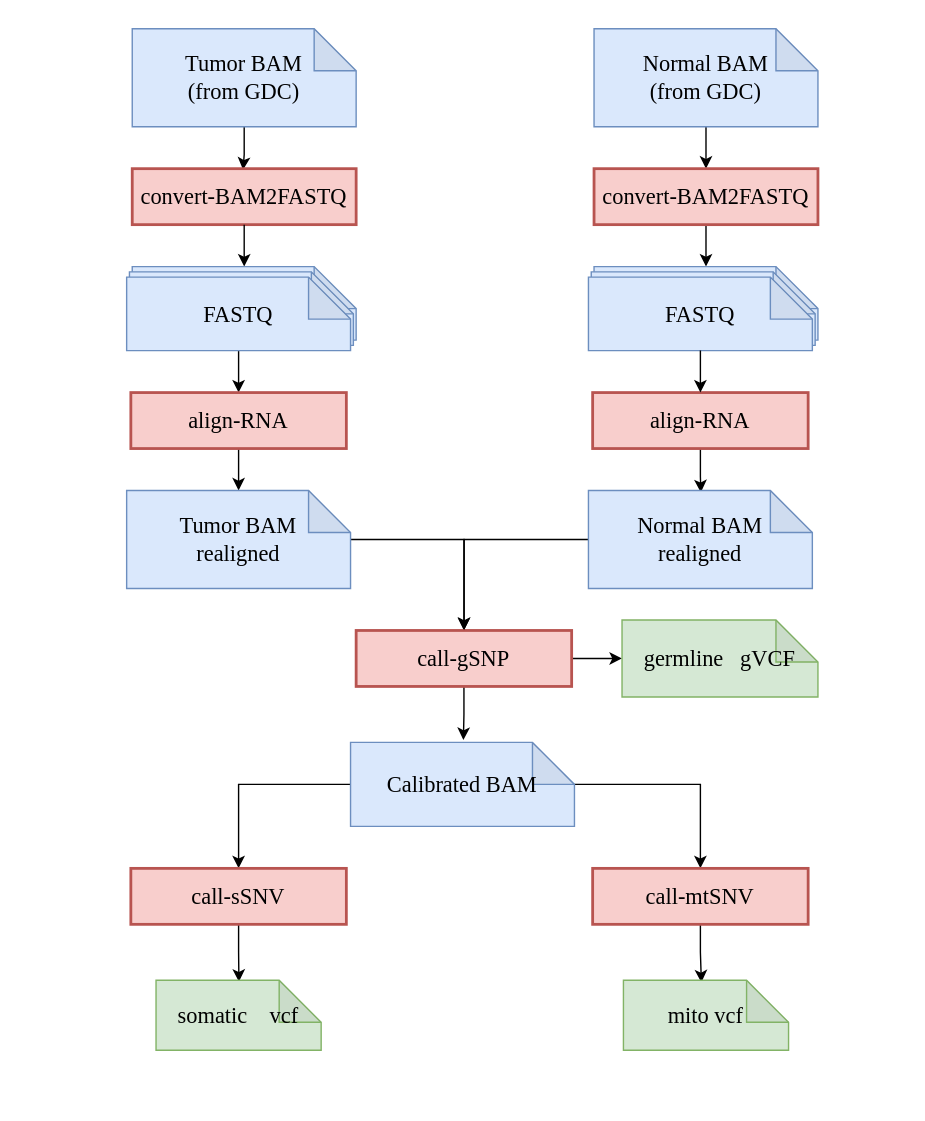
This is img/diagram.drawio.svg from uclahs-cds/metapipeline-DNA, a draw.io export, as it was before one commit. Source tidied: cells renumbered, new cells last; positions are measured from the earlier drawing's top-left corner, leaving out a move shared by most shapes. Its diagram source:
```xml
<mxGraphModel>
  <root>
    <mxCell id="0" />
    <mxCell id="1" parent="0" />
    <mxCell id="2" style="rounded=0;whiteSpace=wrap;html=1;strokeColor=#FFFFFF;" parent="1" vertex="1">
      <mxGeometry width="660" height="800" as="geometry" />
    </mxCell>
    <mxCell id="3" style="edgeStyle=orthogonalEdgeStyle;rounded=0;jettySize=auto;html=1;fontSize=16;fontFamily=Lucida Console;entryX=0.495;entryY=0.021;entryDx=0;entryDy=0;entryPerimeter=0;" parent="1" edge="1" source="4" target="5">
      <mxGeometry relative="1" as="geometry" />
    </mxCell>
    <mxCell id="4" value="Tumor BAM&lt;br style=&quot;font-size: 16px&quot;&gt;(from GDC)" style="shape=note;whiteSpace=wrap;html=1;backgroundOutline=1;darkOpacity=0.05;fontSize=16;fillColor=#dae8fc;strokeColor=#6c8ebf;fontFamily=Lucida Console;" parent="1" vertex="1">
      <mxGeometry x="94" y="20" width="160" height="70" as="geometry" />
    </mxCell>
    <mxCell id="5" value="convert-BAM2FASTQ" style="whiteSpace=wrap;html=1;fontSize=16;strokeColor=#b85450;strokeWidth=2;fillColor=#f8cecc;fontFamily=Lucida Console;" parent="1" vertex="1">
      <mxGeometry x="94" y="120" width="160" height="40" as="geometry" />
    </mxCell>
    <mxCell id="6" style="edgeStyle=orthogonalEdgeStyle;rounded=0;jettySize=auto;html=1;fontSize=16;fontFamily=Lucida Console;" parent="1" edge="1" source="18" target="9">
      <mxGeometry relative="1" as="geometry" />
    </mxCell>
    <mxCell id="7" style="edgeStyle=orthogonalEdgeStyle;rounded=0;jettySize=auto;html=1;exitX=0.5;exitY=1;exitDx=0;exitDy=0;fontSize=16;entryX=0.5;entryY=0;entryDx=0;entryDy=0;entryPerimeter=0;fontFamily=Lucida Console;" parent="1" edge="1" source="5" target="16">
      <mxGeometry relative="1" as="geometry" />
    </mxCell>
    <mxCell id="8" style="edgeStyle=orthogonalEdgeStyle;rounded=0;jettySize=auto;html=1;fontSize=16;fontFamily=Lucida Console;" parent="1" edge="1" source="9" target="11">
      <mxGeometry relative="1" as="geometry" />
    </mxCell>
    <mxCell id="9" value="align-RNA" style="whiteSpace=wrap;html=1;fontSize=16;strokeColor=#b85450;fillColor=#f8cecc;strokeWidth=2;fontFamily=Lucida Console;" parent="1" vertex="1">
      <mxGeometry x="93" y="280" width="154" height="40" as="geometry" />
    </mxCell>
    <mxCell id="10" style="edgeStyle=orthogonalEdgeStyle;rounded=0;jettySize=auto;html=1;fontSize=16;fontFamily=Lucida Console;" parent="1" edge="1" source="11" target="14">
      <mxGeometry relative="1" as="geometry" />
    </mxCell>
    <mxCell id="11" value="Tumor BAM&lt;br style=&quot;font-size: 16px&quot;&gt;realigned" style="shape=note;whiteSpace=wrap;html=1;backgroundOutline=1;darkOpacity=0.05;fontSize=16;fillColor=#dae8fc;strokeColor=#6c8ebf;fontFamily=Lucida Console;" parent="1" vertex="1">
      <mxGeometry x="90" y="350" width="160" height="70" as="geometry" />
    </mxCell>
    <mxCell id="12" style="edgeStyle=orthogonalEdgeStyle;rounded=0;jettySize=auto;html=1;entryX=0.504;entryY=-0.028;entryDx=0;entryDy=0;entryPerimeter=0;" parent="1" edge="1" source="14" target="34">
      <mxGeometry relative="1" as="geometry" />
    </mxCell>
    <mxCell id="13" style="edgeStyle=orthogonalEdgeStyle;rounded=0;jettySize=auto;html=1;" parent="1" edge="1" source="14" target="39">
      <mxGeometry relative="1" as="geometry" />
    </mxCell>
    <mxCell id="14" value="call-gSNP" style="whiteSpace=wrap;html=1;fontSize=16;strokeColor=#b85450;fillColor=#f8cecc;strokeWidth=2;fontFamily=Lucida Console;" parent="1" vertex="1">
      <mxGeometry x="254" y="450" width="154" height="40" as="geometry" />
    </mxCell>
    <mxCell id="15" style="group;" parent="1" vertex="1">
      <mxGeometry x="90" y="190" width="164" height="60" as="geometry" />
    </mxCell>
    <mxCell id="16" style="shape=note;whiteSpace=wrap;html=1;backgroundOutline=1;darkOpacity=0.05;fontSize=16;fillColor=#dae8fc;strokeColor=#6c8ebf;fontFamily=Lucida Console;" parent="15" vertex="1">
      <mxGeometry x="4" width="160" height="52.5" as="geometry" />
    </mxCell>
    <mxCell id="17" style="shape=note;whiteSpace=wrap;html=1;backgroundOutline=1;darkOpacity=0.05;fontSize=16;fillColor=#dae8fc;strokeColor=#6c8ebf;fontFamily=Lucida Console;" parent="15" vertex="1">
      <mxGeometry x="2" y="3.8" width="160" height="52.5" as="geometry" />
    </mxCell>
    <mxCell id="18" value="FASTQ" style="shape=note;whiteSpace=wrap;html=1;backgroundOutline=1;darkOpacity=0.05;fontSize=16;fillColor=#dae8fc;strokeColor=#6c8ebf;fontFamily=Lucida Console;" parent="15" vertex="1">
      <mxGeometry y="7.5" width="160" height="52.5" as="geometry" />
    </mxCell>
    <mxCell id="19" style="edgeStyle=orthogonalEdgeStyle;rounded=0;jettySize=auto;html=1;" parent="1" edge="1" source="20" target="22">
      <mxGeometry relative="1" as="geometry" />
    </mxCell>
    <mxCell id="20" value="Normal BAM&lt;br style=&quot;font-size: 16px&quot;&gt;(from GDC)" style="shape=note;whiteSpace=wrap;html=1;backgroundOutline=1;darkOpacity=0.05;fontSize=16;fillColor=#dae8fc;strokeColor=#6c8ebf;fontFamily=Lucida Console;" parent="1" vertex="1">
      <mxGeometry x="424" y="20" width="160" height="70" as="geometry" />
    </mxCell>
    <mxCell id="21" style="edgeStyle=orthogonalEdgeStyle;rounded=0;jettySize=auto;html=1;" parent="1" edge="1" source="22" target="24">
      <mxGeometry relative="1" as="geometry" />
    </mxCell>
    <mxCell id="22" value="convert-BAM2FASTQ" style="whiteSpace=wrap;html=1;fontSize=16;strokeColor=#b85450;strokeWidth=2;fillColor=#f8cecc;fontFamily=Lucida Console;" parent="1" vertex="1">
      <mxGeometry x="424" y="120" width="160" height="40" as="geometry" />
    </mxCell>
    <mxCell id="23" style="group;" parent="1" vertex="1">
      <mxGeometry x="420" y="190" width="164" height="60" as="geometry" />
    </mxCell>
    <mxCell id="24" style="shape=note;whiteSpace=wrap;html=1;backgroundOutline=1;darkOpacity=0.05;fontSize=16;fillColor=#dae8fc;strokeColor=#6c8ebf;fontFamily=Lucida Console;" parent="23" vertex="1">
      <mxGeometry x="4" width="160" height="52.5" as="geometry" />
    </mxCell>
    <mxCell id="25" style="shape=note;whiteSpace=wrap;html=1;backgroundOutline=1;darkOpacity=0.05;fontSize=16;fillColor=#dae8fc;strokeColor=#6c8ebf;fontFamily=Lucida Console;" parent="23" vertex="1">
      <mxGeometry x="2" y="3.8" width="160" height="52.5" as="geometry" />
    </mxCell>
    <mxCell id="26" value="FASTQ" style="shape=note;whiteSpace=wrap;html=1;backgroundOutline=1;darkOpacity=0.05;fontSize=16;fillColor=#dae8fc;strokeColor=#6c8ebf;fontFamily=Lucida Console;" parent="23" vertex="1">
      <mxGeometry y="7.5" width="160" height="52.5" as="geometry" />
    </mxCell>
    <mxCell id="27" style="edgeStyle=orthogonalEdgeStyle;rounded=0;jettySize=auto;html=1;entryX=0.502;entryY=0.019;entryDx=0;entryDy=0;entryPerimeter=0;" parent="1" edge="1" source="28" target="31">
      <mxGeometry relative="1" as="geometry" />
    </mxCell>
    <mxCell id="28" value="align-RNA" style="whiteSpace=wrap;html=1;fontSize=16;strokeColor=#b85450;fillColor=#f8cecc;strokeWidth=2;fontFamily=Lucida Console;" parent="1" vertex="1">
      <mxGeometry x="423" y="280" width="154" height="40" as="geometry" />
    </mxCell>
    <mxCell id="29" style="edgeStyle=orthogonalEdgeStyle;rounded=0;jettySize=auto;html=1;" parent="1" edge="1" source="26" target="28">
      <mxGeometry relative="1" as="geometry" />
    </mxCell>
    <mxCell id="30" style="edgeStyle=orthogonalEdgeStyle;rounded=0;jettySize=auto;html=1;entryX=0.501;entryY=-0.009;entryDx=0;entryDy=0;entryPerimeter=0;" parent="1" edge="1" source="31" target="14">
      <mxGeometry relative="1" as="geometry" />
    </mxCell>
    <mxCell id="31" value="Normal BAM&lt;br&gt;realigned" style="shape=note;whiteSpace=wrap;html=1;backgroundOutline=1;darkOpacity=0.05;fontSize=16;fillColor=#dae8fc;strokeColor=#6c8ebf;fontFamily=Lucida Console;" parent="1" vertex="1">
      <mxGeometry x="420" y="350" width="160" height="70" as="geometry" />
    </mxCell>
    <mxCell id="32" style="edgeStyle=orthogonalEdgeStyle;rounded=0;jettySize=auto;html=1;" parent="1" edge="1" source="34" target="36">
      <mxGeometry relative="1" as="geometry" />
    </mxCell>
    <mxCell id="33" style="edgeStyle=orthogonalEdgeStyle;rounded=0;jettySize=auto;html=1;" parent="1" edge="1" source="34" target="38">
      <mxGeometry relative="1" as="geometry" />
    </mxCell>
    <mxCell id="34" value="Calibrated BAM" style="shape=note;whiteSpace=wrap;html=1;backgroundOutline=1;darkOpacity=0.05;fontSize=16;fillColor=#dae8fc;strokeColor=#6c8ebf;fontFamily=Lucida Console;" parent="1" vertex="1">
      <mxGeometry x="250" y="530" width="160" height="60" as="geometry" />
    </mxCell>
    <mxCell id="35" style="edgeStyle=orthogonalEdgeStyle;rounded=0;jettySize=auto;html=1;entryX=0.502;entryY=0.022;entryDx=0;entryDy=0;entryPerimeter=0;" parent="1" edge="1" source="36" target="40">
      <mxGeometry relative="1" as="geometry" />
    </mxCell>
    <mxCell id="36" value="call-sSNV" style="whiteSpace=wrap;html=1;fontSize=16;strokeColor=#b85450;fillColor=#f8cecc;strokeWidth=2;fontFamily=Lucida Console;" parent="1" vertex="1">
      <mxGeometry x="93" y="620" width="154" height="40" as="geometry" />
    </mxCell>
    <mxCell id="37" style="edgeStyle=orthogonalEdgeStyle;rounded=0;jettySize=auto;html=1;entryX=0.472;entryY=0.031;entryDx=0;entryDy=0;entryPerimeter=0;" parent="1" edge="1" source="38" target="41">
      <mxGeometry relative="1" as="geometry" />
    </mxCell>
    <mxCell id="38" value="call-mtSNV" style="whiteSpace=wrap;html=1;fontSize=16;strokeColor=#b85450;fillColor=#f8cecc;strokeWidth=2;fontFamily=Lucida Console;" parent="1" vertex="1">
      <mxGeometry x="423" y="620" width="154" height="40" as="geometry" />
    </mxCell>
    <mxCell id="39" value="germline&amp;nbsp; &amp;nbsp;gVCF" style="shape=note;whiteSpace=wrap;html=1;backgroundOutline=1;darkOpacity=0.05;fontSize=16;fillColor=#d5e8d4;strokeColor=#82b366;fontFamily=Lucida Console;" parent="1" vertex="1">
      <mxGeometry x="444" y="442.5" width="140" height="55" as="geometry" />
    </mxCell>
    <mxCell id="40" value="somatic&amp;nbsp; &amp;nbsp; vcf" style="shape=note;whiteSpace=wrap;html=1;backgroundOutline=1;darkOpacity=0.05;fontSize=16;fillColor=#d5e8d4;strokeColor=#82b366;fontFamily=Lucida Console;" parent="1" vertex="1">
      <mxGeometry x="111" y="700" width="118" height="50" as="geometry" />
    </mxCell>
    <mxCell id="41" value="mito vcf" style="shape=note;whiteSpace=wrap;html=1;backgroundOutline=1;darkOpacity=0.05;fontSize=16;fillColor=#d5e8d4;strokeColor=#82b366;fontFamily=Lucida Console;" parent="1" vertex="1">
      <mxGeometry x="445" y="700" width="118" height="50" as="geometry" />
    </mxCell>
  </root>
</mxGraphModel>
```
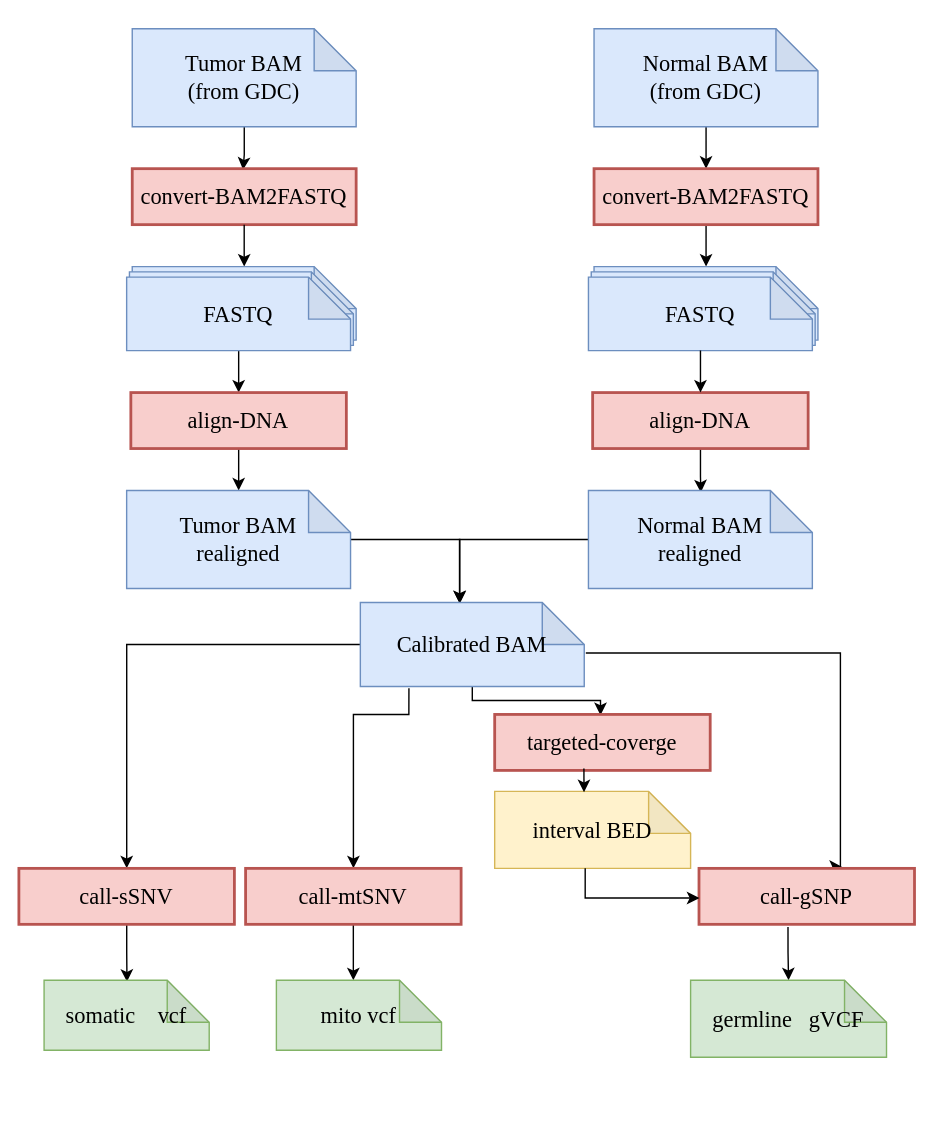
The same diagram one commit later.

Change to the diagram source:
```diff
@@ -23,24 +23,26 @@
     <mxCell id="8" style="edgeStyle=orthogonalEdgeStyle;rounded=0;jettySize=auto;html=1;fontSize=16;fontFamily=Lucida Console;" parent="1" edge="1" source="9" target="11">
       <mxGeometry relative="1" as="geometry" />
     </mxCell>
-    <mxCell id="9" value="align-RNA" style="whiteSpace=wrap;html=1;fontSize=16;strokeColor=#b85450;fillColor=#f8cecc;strokeWidth=2;fontFamily=Lucida Console;" parent="1" vertex="1">
+    <mxCell id="9" value="align-DNA" style="whiteSpace=wrap;html=1;fontSize=16;strokeColor=#b85450;fillColor=#f8cecc;strokeWidth=2;fontFamily=Lucida Console;" parent="1" vertex="1">
       <mxGeometry x="93" y="280" width="154" height="40" as="geometry" />
     </mxCell>
-    <mxCell id="10" style="edgeStyle=orthogonalEdgeStyle;rounded=0;jettySize=auto;html=1;fontSize=16;fontFamily=Lucida Console;" parent="1" edge="1" source="11" target="14">
+    <mxCell id="10" style="edgeStyle=orthogonalEdgeStyle;rounded=0;jettySize=auto;html=1;fontSize=16;fontFamily=Lucida Console;entryX=0.444;entryY=0.014;entryDx=0;entryDy=0;entryPerimeter=0;" parent="1" edge="1" source="11" target="34">
       <mxGeometry relative="1" as="geometry" />
     </mxCell>
     <mxCell id="11" value="Tumor BAM&lt;br style=&quot;font-size: 16px&quot;&gt;realigned" style="shape=note;whiteSpace=wrap;html=1;backgroundOutline=1;darkOpacity=0.05;fontSize=16;fillColor=#dae8fc;strokeColor=#6c8ebf;fontFamily=Lucida Console;" parent="1" vertex="1">
       <mxGeometry x="90" y="350" width="160" height="70" as="geometry" />
     </mxCell>
-    <mxCell id="12" style="edgeStyle=orthogonalEdgeStyle;rounded=0;jettySize=auto;html=1;entryX=0.504;entryY=-0.028;entryDx=0;entryDy=0;entryPerimeter=0;" parent="1" edge="1" source="14" target="34">
-      <mxGeometry relative="1" as="geometry" />
+    <mxCell id="12" style="edgeStyle=orthogonalEdgeStyle;rounded=0;jettySize=auto;html=1;startArrow=none;exitX=0.217;exitY=1.022;exitDx=0;exitDy=0;exitPerimeter=0;" parent="1" edge="1" source="34" target="38">
+      <mxGeometry relative="1" as="geometry">
+        <Array as="points">
+          <mxPoint x="292" y="510" />
+          <mxPoint x="252" y="510" />
+        </Array>
+      </mxGeometry>
     </mxCell>
-    <mxCell id="13" style="edgeStyle=orthogonalEdgeStyle;rounded=0;jettySize=auto;html=1;" parent="1" edge="1" source="14" target="39">
+    <mxCell id="13" style="edgeStyle=orthogonalEdgeStyle;rounded=0;jettySize=auto;html=1;exitX=0.413;exitY=1.048;exitDx=0;exitDy=0;exitPerimeter=0;" parent="1" edge="1" source="14" target="39">
       <mxGeometry relative="1" as="geometry" />
     </mxCell>
-    <mxCell id="14" value="call-gSNP" style="whiteSpace=wrap;html=1;fontSize=16;strokeColor=#b85450;fillColor=#f8cecc;strokeWidth=2;fontFamily=Lucida Console;" parent="1" vertex="1">
-      <mxGeometry x="254" y="450" width="154" height="40" as="geometry" />
-    </mxCell>
     <mxCell id="15" style="group;" parent="1" vertex="1">
       <mxGeometry x="90" y="190" width="164" height="60" as="geometry" />
     </mxCell>
@@ -80,13 +82,13 @@
     <mxCell id="27" style="edgeStyle=orthogonalEdgeStyle;rounded=0;jettySize=auto;html=1;entryX=0.502;entryY=0.019;entryDx=0;entryDy=0;entryPerimeter=0;" parent="1" edge="1" source="28" target="31">
       <mxGeometry relative="1" as="geometry" />
     </mxCell>
-    <mxCell id="28" value="align-RNA" style="whiteSpace=wrap;html=1;fontSize=16;strokeColor=#b85450;fillColor=#f8cecc;strokeWidth=2;fontFamily=Lucida Console;" parent="1" vertex="1">
+    <mxCell id="28" value="align-DNA" style="whiteSpace=wrap;html=1;fontSize=16;strokeColor=#b85450;fillColor=#f8cecc;strokeWidth=2;fontFamily=Lucida Console;" parent="1" vertex="1">
       <mxGeometry x="423" y="280" width="154" height="40" as="geometry" />
     </mxCell>
     <mxCell id="29" style="edgeStyle=orthogonalEdgeStyle;rounded=0;jettySize=auto;html=1;" parent="1" edge="1" source="26" target="28">
       <mxGeometry relative="1" as="geometry" />
     </mxCell>
-    <mxCell id="30" style="edgeStyle=orthogonalEdgeStyle;rounded=0;jettySize=auto;html=1;entryX=0.501;entryY=-0.009;entryDx=0;entryDy=0;entryPerimeter=0;" parent="1" edge="1" source="31" target="14">
+    <mxCell id="30" style="edgeStyle=orthogonalEdgeStyle;rounded=0;jettySize=auto;html=1;entryX=0.443;entryY=0.007;entryDx=0;entryDy=0;entryPerimeter=0;" parent="1" edge="1" source="31" target="34">
       <mxGeometry relative="1" as="geometry" />
     </mxCell>
     <mxCell id="31" value="Normal BAM&lt;br&gt;realigned" style="shape=note;whiteSpace=wrap;html=1;backgroundOutline=1;darkOpacity=0.05;fontSize=16;fillColor=#dae8fc;strokeColor=#6c8ebf;fontFamily=Lucida Console;" parent="1" vertex="1">
@@ -95,32 +97,55 @@
     <mxCell id="32" style="edgeStyle=orthogonalEdgeStyle;rounded=0;jettySize=auto;html=1;" parent="1" edge="1" source="34" target="36">
       <mxGeometry relative="1" as="geometry" />
     </mxCell>
-    <mxCell id="33" style="edgeStyle=orthogonalEdgeStyle;rounded=0;jettySize=auto;html=1;" parent="1" edge="1" source="34" target="38">
-      <mxGeometry relative="1" as="geometry" />
+    <mxCell id="33" style="edgeStyle=orthogonalEdgeStyle;rounded=0;jettySize=auto;html=1;exitX=1.007;exitY=0.601;exitDx=0;exitDy=0;exitPerimeter=0;entryX=0.663;entryY=-0.029;entryDx=0;entryDy=0;entryPerimeter=0;" parent="1" edge="1" source="34" target="14">
+      <mxGeometry relative="1" as="geometry">
+        <Array as="points">
+          <mxPoint x="600" y="466" />
+          <mxPoint x="600" y="619" />
+        </Array>
+      </mxGeometry>
     </mxCell>
-    <mxCell id="34" value="Calibrated BAM" style="shape=note;whiteSpace=wrap;html=1;backgroundOutline=1;darkOpacity=0.05;fontSize=16;fillColor=#dae8fc;strokeColor=#6c8ebf;fontFamily=Lucida Console;" parent="1" vertex="1">
-      <mxGeometry x="250" y="530" width="160" height="60" as="geometry" />
-    </mxCell>
     <mxCell id="35" style="edgeStyle=orthogonalEdgeStyle;rounded=0;jettySize=auto;html=1;entryX=0.502;entryY=0.022;entryDx=0;entryDy=0;entryPerimeter=0;" parent="1" edge="1" source="36" target="40">
       <mxGeometry relative="1" as="geometry" />
     </mxCell>
     <mxCell id="36" value="call-sSNV" style="whiteSpace=wrap;html=1;fontSize=16;strokeColor=#b85450;fillColor=#f8cecc;strokeWidth=2;fontFamily=Lucida Console;" parent="1" vertex="1">
-      <mxGeometry x="93" y="620" width="154" height="40" as="geometry" />
+      <mxGeometry x="13" y="620" width="154" height="40" as="geometry" />
     </mxCell>
-    <mxCell id="37" style="edgeStyle=orthogonalEdgeStyle;rounded=0;jettySize=auto;html=1;entryX=0.472;entryY=0.031;entryDx=0;entryDy=0;entryPerimeter=0;" parent="1" edge="1" source="38" target="41">
+    <mxCell id="37" style="edgeStyle=orthogonalEdgeStyle;rounded=0;jettySize=auto;html=1;entryX=0.466;entryY=0;entryDx=0;entryDy=0;entryPerimeter=0;" parent="1" edge="1" source="38" target="41">
       <mxGeometry relative="1" as="geometry" />
     </mxCell>
     <mxCell id="38" value="call-mtSNV" style="whiteSpace=wrap;html=1;fontSize=16;strokeColor=#b85450;fillColor=#f8cecc;strokeWidth=2;fontFamily=Lucida Console;" parent="1" vertex="1">
-      <mxGeometry x="423" y="620" width="154" height="40" as="geometry" />
+      <mxGeometry x="175" y="620" width="154" height="40" as="geometry" />
     </mxCell>
     <mxCell id="39" value="germline&amp;nbsp; &amp;nbsp;gVCF" style="shape=note;whiteSpace=wrap;html=1;backgroundOutline=1;darkOpacity=0.05;fontSize=16;fillColor=#d5e8d4;strokeColor=#82b366;fontFamily=Lucida Console;" parent="1" vertex="1">
-      <mxGeometry x="444" y="442.5" width="140" height="55" as="geometry" />
+      <mxGeometry x="493" y="700" width="140" height="55" as="geometry" />
     </mxCell>
     <mxCell id="40" value="somatic&amp;nbsp; &amp;nbsp; vcf" style="shape=note;whiteSpace=wrap;html=1;backgroundOutline=1;darkOpacity=0.05;fontSize=16;fillColor=#d5e8d4;strokeColor=#82b366;fontFamily=Lucida Console;" parent="1" vertex="1">
-      <mxGeometry x="111" y="700" width="118" height="50" as="geometry" />
+      <mxGeometry x="31" y="700" width="118" height="50" as="geometry" />
     </mxCell>
     <mxCell id="41" value="mito vcf" style="shape=note;whiteSpace=wrap;html=1;backgroundOutline=1;darkOpacity=0.05;fontSize=16;fillColor=#d5e8d4;strokeColor=#82b366;fontFamily=Lucida Console;" parent="1" vertex="1">
-      <mxGeometry x="445" y="700" width="118" height="50" as="geometry" />
+      <mxGeometry x="197" y="700" width="118" height="50" as="geometry" />
     </mxCell>
+    <mxCell id="14" value="call-gSNP" style="whiteSpace=wrap;html=1;fontSize=16;strokeColor=#b85450;fillColor=#f8cecc;strokeWidth=2;fontFamily=Lucida Console;" parent="1" vertex="1">
+      <mxGeometry x="499" y="620" width="154" height="40" as="geometry" />
+    </mxCell>
+    <mxCell id="42" style="edgeStyle=orthogonalEdgeStyle;html=1;entryX=0.491;entryY=0.013;entryDx=0;entryDy=0;entryPerimeter=0;rounded=0;" parent="1" edge="1" source="34" target="43">
+      <mxGeometry relative="1" as="geometry" />
+    </mxCell>
+    <mxCell id="34" value="Calibrated BAM" style="shape=note;whiteSpace=wrap;html=1;backgroundOutline=1;darkOpacity=0.05;fontSize=16;fillColor=#dae8fc;strokeColor=#6c8ebf;fontFamily=Lucida Console;" parent="1" vertex="1">
+      <mxGeometry x="257" y="430" width="160" height="60" as="geometry" />
+    </mxCell>
+    <mxCell id="43" value="targeted-coverge" style="whiteSpace=wrap;html=1;fontSize=16;strokeColor=#b85450;fillColor=#f8cecc;strokeWidth=2;fontFamily=Lucida Console;" parent="1" vertex="1">
+      <mxGeometry x="353" y="510" width="154" height="40" as="geometry" />
+    </mxCell>
+    <mxCell id="44" value="interval BED" style="shape=note;whiteSpace=wrap;html=1;backgroundOutline=1;darkOpacity=0.05;fontSize=16;fillColor=#fff2cc;strokeColor=#d6b656;fontFamily=Lucida Console;" parent="1" vertex="1">
+      <mxGeometry x="353" y="565" width="140" height="55" as="geometry" />
+    </mxCell>
+    <mxCell id="45" style="edgeStyle=orthogonalEdgeStyle;rounded=0;jettySize=auto;html=1;entryX=0.002;entryY=0.53;entryDx=0;entryDy=0;entryPerimeter=0;exitX=0.462;exitY=0.997;exitDx=0;exitDy=0;exitPerimeter=0;" parent="1" edge="1" source="44" target="14">
+      <mxGeometry relative="1" as="geometry" />
+    </mxCell>
+    <mxCell id="46" style="edgeStyle=orthogonalEdgeStyle;rounded=0;jettySize=auto;html=1;exitX=0.414;exitY=0.965;exitDx=0;exitDy=0;exitPerimeter=0;entryX=0.456;entryY=0.01;entryDx=0;entryDy=0;entryPerimeter=0;" parent="1" edge="1" source="43" target="44">
+      <mxGeometry relative="1" as="geometry" />
+    </mxCell>
   </root>
 </mxGraphModel>
```
